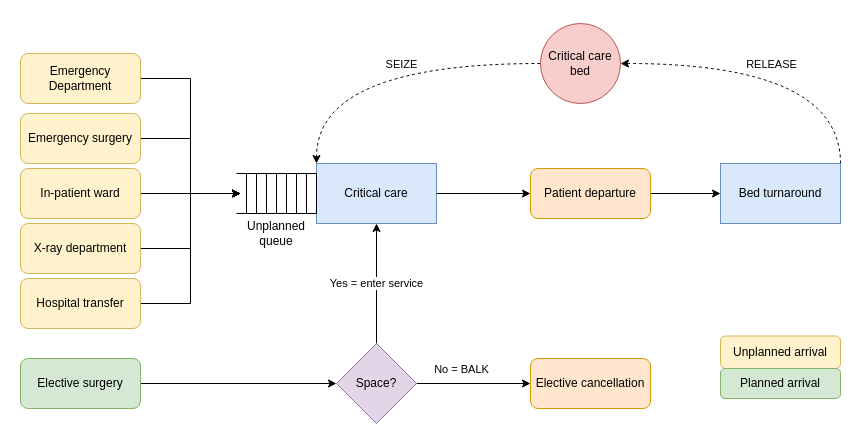
Before: images/critical_care_design.drawio in pythonhealthdatascience/llm_simpy, a draw.io diagram. Source tidied: cells renumbered, new cells numbered last; positions are measured from the earlier drawing's top-left corner, leaving out a move shared by most shapes. Both pictures are drawn from the tidied source at 100%, with x=0, y=0 at pixel (20, 23).
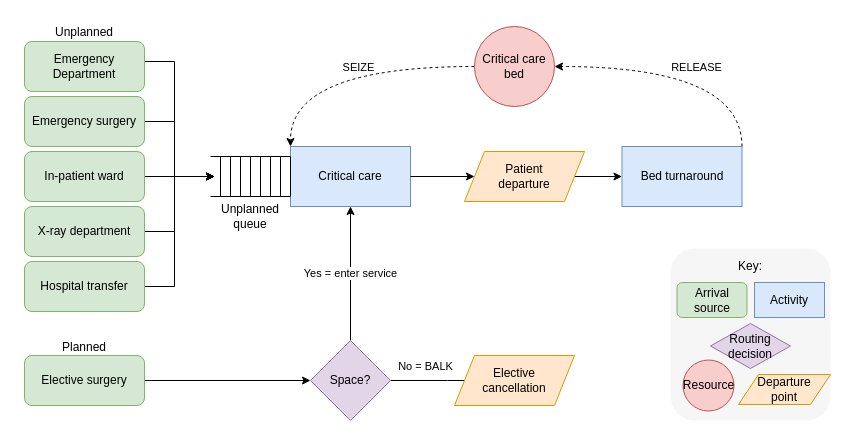
The same diagram, later.

Commit message (it also covers changes not shown here):
feat(images): add key to critical care and stroke rehab diagrams (shape-based so distinct when monochrome)

Diff of the diagram source:
```diff
@@
+    <mxCell id="43" style="rounded=0;whiteSpace=wrap;html=1;strokeColor=none;" parent="1" vertex="1">
+      <mxGeometry x="-3" y="-3" width="821" height="407" as="geometry" />
+    </mxCell>
     <mxCell id="2" style="edgeStyle=orthogonalEdgeStyle;rounded=0;jettySize=auto;html=1;exitX=1;exitY=0.5;exitDx=0;exitDy=0;" parent="1" edge="1" source="3">
       <mxGeometry relative="1" as="geometry">
-        <mxPoint x="220" y="170" as="targetPoint" />
+        <mxPoint x="194" y="153" as="targetPoint" />
         <Array as="points">
-          <mxPoint x="170" y="55" />
-          <mxPoint x="170" y="170" />
+          <mxPoint x="154" y="38" />
+          <mxPoint x="154" y="153" />
         </Array>
       </mxGeometry>
     </mxCell>
-    <mxCell id="3" value="Emergency Department" style="rounded=1;whiteSpace=wrap;html=1;fillColor=#fff2cc;strokeColor=#d6b656;" parent="1" vertex="1">
-      <mxGeometry y="30" width="120" height="50" as="geometry" />
+    <mxCell id="3" value="Emergency Department" style="rounded=1;whiteSpace=wrap;html=1;fillColor=#D5E8D4;strokeColor=#82B366;" parent="1" vertex="1">
+      <mxGeometry x="4" y="18" width="120" height="50" as="geometry" />
     </mxCell>
     <mxCell id="4" style="edgeStyle=orthogonalEdgeStyle;rounded=0;jettySize=auto;html=1;exitX=1;exitY=0.5;exitDx=0;exitDy=0;" parent="1" edge="1" source="5">
       <mxGeometry relative="1" as="geometry">
-        <mxPoint x="220" y="170" as="targetPoint" />
+        <mxPoint x="194" y="153" as="targetPoint" />
         <Array as="points">
-          <mxPoint x="170" y="115" />
-          <mxPoint x="170" y="170" />
+          <mxPoint x="154" y="98" />
+          <mxPoint x="154" y="153" />
         </Array>
       </mxGeometry>
     </mxCell>
-    <mxCell id="5" value="Emergency surgery" style="rounded=1;whiteSpace=wrap;html=1;fillColor=#fff2cc;strokeColor=#d6b656;" parent="1" vertex="1">
-      <mxGeometry y="90" width="120" height="50" as="geometry" />
+    <mxCell id="5" value="Emergency surgery" style="rounded=1;whiteSpace=wrap;html=1;fillColor=#D5E8D4;strokeColor=#82B366;" parent="1" vertex="1">
+      <mxGeometry x="4" y="73" width="120" height="50" as="geometry" />
     </mxCell>
     <mxCell id="6" style="edgeStyle=orthogonalEdgeStyle;rounded=0;jettySize=auto;html=1;exitX=1;exitY=0.5;exitDx=0;exitDy=0;" parent="1" edge="1" source="7">
       <mxGeometry relative="1" as="geometry">
-        <mxPoint x="220" y="170" as="targetPoint" />
+        <mxPoint x="194" y="153" as="targetPoint" />
       </mxGeometry>
     </mxCell>
-    <mxCell id="7" value="In-patient ward" style="rounded=1;whiteSpace=wrap;html=1;fillColor=#fff2cc;strokeColor=#d6b656;" parent="1" vertex="1">
-      <mxGeometry y="145" width="120" height="50" as="geometry" />
+    <mxCell id="7" value="In-patient ward" style="rounded=1;whiteSpace=wrap;html=1;fillColor=#D5E8D4;strokeColor=#82B366;" parent="1" vertex="1">
+      <mxGeometry x="4" y="128" width="120" height="50" as="geometry" />
     </mxCell>
     <mxCell id="8" style="edgeStyle=orthogonalEdgeStyle;rounded=0;jettySize=auto;html=1;exitX=1;exitY=0.5;exitDx=0;exitDy=0;" parent="1" edge="1" source="9">
       <mxGeometry relative="1" as="geometry">
-        <mxPoint x="220" y="170" as="targetPoint" />
+        <mxPoint x="194" y="153" as="targetPoint" />
         <Array as="points">
-          <mxPoint x="170" y="225" />
-          <mxPoint x="170" y="170" />
+          <mxPoint x="154" y="208" />
+          <mxPoint x="154" y="153" />
         </Array>
       </mxGeometry>
     </mxCell>
-    <mxCell id="9" value="X-ray department" style="rounded=1;whiteSpace=wrap;html=1;fillColor=#fff2cc;strokeColor=#d6b656;" parent="1" vertex="1">
-      <mxGeometry y="200" width="120" height="50" as="geometry" />
+    <mxCell id="9" value="X-ray department" style="rounded=1;whiteSpace=wrap;html=1;fillColor=#D5E8D4;strokeColor=#82B366;" parent="1" vertex="1">
+      <mxGeometry x="4" y="183" width="120" height="50" as="geometry" />
     </mxCell>
     <mxCell id="10" style="edgeStyle=orthogonalEdgeStyle;rounded=0;jettySize=auto;html=1;exitX=1;exitY=0.5;exitDx=0;exitDy=0;" parent="1" edge="1" source="11">
       <mxGeometry relative="1" as="geometry">
-        <mxPoint x="220" y="170" as="targetPoint" />
+        <mxPoint x="194" y="153" as="targetPoint" />
         <Array as="points">
-          <mxPoint x="170" y="280" />
-          <mxPoint x="170" y="170" />
+          <mxPoint x="154" y="263" />
+          <mxPoint x="154" y="153" />
         </Array>
       </mxGeometry>
     </mxCell>
-    <mxCell id="11" value="Hospital transfer" style="rounded=1;whiteSpace=wrap;html=1;fillColor=#fff2cc;strokeColor=#d6b656;" parent="1" vertex="1">
-      <mxGeometry y="255" width="120" height="50" as="geometry" />
+    <mxCell id="11" value="Hospital transfer" style="rounded=1;whiteSpace=wrap;html=1;fillColor=#D5E8D4;strokeColor=#82B366;" parent="1" vertex="1">
+      <mxGeometry x="4" y="238" width="120" height="50" as="geometry" />
     </mxCell>
@@
     <mxCell id="13" value="Elective surgery" style="rounded=1;whiteSpace=wrap;html=1;fillColor=#d5e8d4;strokeColor=#82b366;" parent="1" vertex="1">
-      <mxGeometry y="335" width="120" height="50" as="geometry" />
+      <mxGeometry x="4" y="332" width="120" height="50" as="geometry" />
     </mxCell>
     <mxCell id="14" value="Critical care" style="rounded=0;whiteSpace=wrap;html=1;fillColor=#dae8fc;strokeColor=#6c8ebf;" parent="1" vertex="1">
-      <mxGeometry x="296" y="140" width="120" height="60" as="geometry" />
+      <mxGeometry x="270" y="123" width="120" height="60" as="geometry" />
     </mxCell>
@@
     <mxCell id="17" value="Critical care bed" style="ellipse;whiteSpace=wrap;html=1;fillColor=#f8cecc;strokeColor=#b85450;" parent="1" vertex="1">
-      <mxGeometry x="520" width="80" height="80" as="geometry" />
+      <mxGeometry x="454" y="3" width="80" height="80" as="geometry" />
     </mxCell>
@@
-    <mxCell id="19" value="&lt;div&gt;Patient departure&lt;br&gt;&lt;/div&gt;" style="rounded=1;whiteSpace=wrap;html=1;fillColor=#ffe6cc;strokeColor=#d79b00;" parent="1" vertex="1">
-      <mxGeometry x="510" y="145" width="120" height="50" as="geometry" />
-    </mxCell>
@@
-    <mxCell id="21" value="Elective cancellation" style="rounded=1;whiteSpace=wrap;html=1;fillColor=#ffe6cc;strokeColor=#d79b00;" parent="1" vertex="1">
-      <mxGeometry x="510" y="335" width="120" height="50" as="geometry" />
-    </mxCell>
     <mxCell id="22" style="group;" parent="1" vertex="1">
-      <mxGeometry x="216" y="150" width="80" height="40" as="geometry" />
+      <mxGeometry x="190" y="133" width="80" height="40" as="geometry" />
     </mxCell>
@@
-    <mxCell id="34" style="edgeStyle=orthogonalEdgeStyle;rounded=0;jettySize=auto;html=1;exitX=1;exitY=0.5;exitDx=0;exitDy=0;entryX=0;entryY=0.5;entryDx=0;entryDy=0;" parent="1" edge="1" source="36" target="21">
-      <mxGeometry relative="1" as="geometry" />
+    <mxCell id="34" style="edgeStyle=orthogonalEdgeStyle;rounded=0;jettySize=auto;html=1;exitX=1;exitY=0.5;exitDx=0;exitDy=0;entryX=0;entryY=0.5;entryDx=0;entryDy=0;" parent="1" edge="1" source="36">
+      <mxGeometry relative="1" as="geometry">
+        <mxPoint x="484" y="357" as="targetPoint" />
+      </mxGeometry>
     </mxCell>
     <mxCell id="35" value="No = BALK" style="edgeLabel;html=1;align=center;verticalAlign=middle;" parent="34" vertex="1">
       <mxGeometry x="-0.23" y="1" relative="1" as="geometry">
-        <mxPoint y="-14" as="offset" />
+        <mxPoint x="-10" y="-14" as="offset" />
       </mxGeometry>
     </mxCell>
     <mxCell id="36" value="Space?" style="rhombus;whiteSpace=wrap;html=1;fillColor=#e1d5e7;strokeColor=#9673a6;" parent="1" vertex="1">
-      <mxGeometry x="316" y="320" width="80" height="80" as="geometry" />
+      <mxGeometry x="290" y="317" width="80" height="80" as="geometry" />
     </mxCell>
@@
     <mxCell id="39" value="Bed turnaround" style="rounded=0;whiteSpace=wrap;html=1;fillColor=#dae8fc;strokeColor=#6c8ebf;" parent="1" vertex="1">
-      <mxGeometry x="700" y="140" width="120" height="60" as="geometry" />
+      <mxGeometry x="601.5" y="123" width="120" height="60" as="geometry" />
     </mxCell>
     <mxCell id="40" value="Unplanned queue" style="text;html=1;align=center;verticalAlign=middle;whiteSpace=wrap;rounded=0;" parent="1" vertex="1">
-      <mxGeometry x="226" y="195" width="60" height="30" as="geometry" />
+      <mxGeometry x="200" y="178" width="60" height="30" as="geometry" />
     </mxCell>
-    <mxCell id="41" value="Unplanned arrival" style="rounded=1;whiteSpace=wrap;html=1;fillColor=#fff2cc;strokeColor=#d6b656;" parent="1" vertex="1">
-      <mxGeometry x="700" y="312.5" width="120" height="32.5" as="geometry" />
-    </mxCell>
-    <mxCell id="42" value="Planned arrival" style="rounded=1;whiteSpace=wrap;html=1;fillColor=#d5e8d4;strokeColor=#82b366;" parent="1" vertex="1">
-      <mxGeometry x="700" y="345" width="120" height="30" as="geometry" />
-    </mxCell>
+    <mxCell id="21" value="Elective&lt;div&gt;cancellation&lt;/div&gt;" style="shape=parallelogram;perimeter=parallelogramPerimeter;whiteSpace=wrap;html=1;fixedSize=1;fillColor=light-dark(#FFE6CC,var(--ge-dark-color, #121212));strokeColor=light-dark(#D79B00,#FFFFFF);" parent="1" vertex="1">
+      <mxGeometry x="434" y="332" width="120" height="50" as="geometry" />
+    </mxCell>
+    <mxCell id="19" value="Patient&lt;div&gt;departure&lt;/div&gt;" style="shape=parallelogram;perimeter=parallelogramPerimeter;whiteSpace=wrap;html=1;fixedSize=1;fillColor=light-dark(#FFE6CC,var(--ge-dark-color, #121212));strokeColor=light-dark(#D79B00,#FFFFFF);" parent="1" vertex="1">
+      <mxGeometry x="444" y="128" width="120" height="50" as="geometry" />
+    </mxCell>
+    <mxCell id="44" value="Unplanned" style="text;html=1;align=center;verticalAlign=middle;whiteSpace=wrap;rounded=0;" parent="1" vertex="1">
+      <mxGeometry x="34" y="-6" width="60" height="30" as="geometry" />
+    </mxCell>
+    <mxCell id="45" value="Planned" style="text;html=1;align=center;verticalAlign=middle;whiteSpace=wrap;rounded=0;" parent="1" vertex="1">
+      <mxGeometry x="34" y="309" width="60" height="30" as="geometry" />
+    </mxCell>
+    <mxCell id="46" style="rounded=1;whiteSpace=wrap;html=1;fillColor=light-dark(#F6F6F6,var(--ge-dark-color, #121212));strokeColor=none;" parent="1" vertex="1">
+      <mxGeometry x="650" y="225" width="160" height="172" as="geometry" />
+    </mxCell>
+    <mxCell id="47" value="Arrival source" style="rounded=1;whiteSpace=wrap;html=1;fillColor=#d5e8d4;strokeColor=#82b366;" parent="1" vertex="1">
+      <mxGeometry x="656.5" y="259" width="70" height="35" as="geometry" />
+    </mxCell>
+    <mxCell id="48" value="Key:" style="text;html=1;align=center;verticalAlign=middle;whiteSpace=wrap;rounded=0;" parent="1" vertex="1">
+      <mxGeometry x="700" y="233" width="60" height="20" as="geometry" />
+    </mxCell>
+    <mxCell id="49" value="&lt;div&gt;Routing decision&lt;/div&gt;" style="rhombus;whiteSpace=wrap;html=1;fillColor=light-dark(#e1d5e7, #392f3f);strokeColor=#9673a6;" parent="1" vertex="1">
+      <mxGeometry x="690" y="300" width="80" height="45" as="geometry" />
+    </mxCell>
+    <mxCell id="50" value="Activity" style="rounded=0;whiteSpace=wrap;html=1;fillColor=#dae8fc;strokeColor=#6c8ebf;" parent="1" vertex="1">
+      <mxGeometry x="734" y="259" width="70" height="35" as="geometry" />
+    </mxCell>
+    <mxCell id="51" value="Departure&lt;div&gt;point&lt;/div&gt;" style="shape=parallelogram;perimeter=parallelogramPerimeter;whiteSpace=wrap;html=1;fixedSize=1;fillColor=light-dark(#FFE6CC,var(--ge-dark-color, #121212));strokeColor=light-dark(#D79B00,#FFFFFF);" parent="1" vertex="1">
+      <mxGeometry x="718" y="351" width="92" height="30" as="geometry" />
+    </mxCell>
+    <mxCell id="52" value="Resource" style="ellipse;whiteSpace=wrap;html=1;fillColor=#f8cecc;strokeColor=#b85450;" parent="1" vertex="1">
+      <mxGeometry x="662.5" y="336.5" width="51" height="51" as="geometry" />
+    </mxCell>
```
